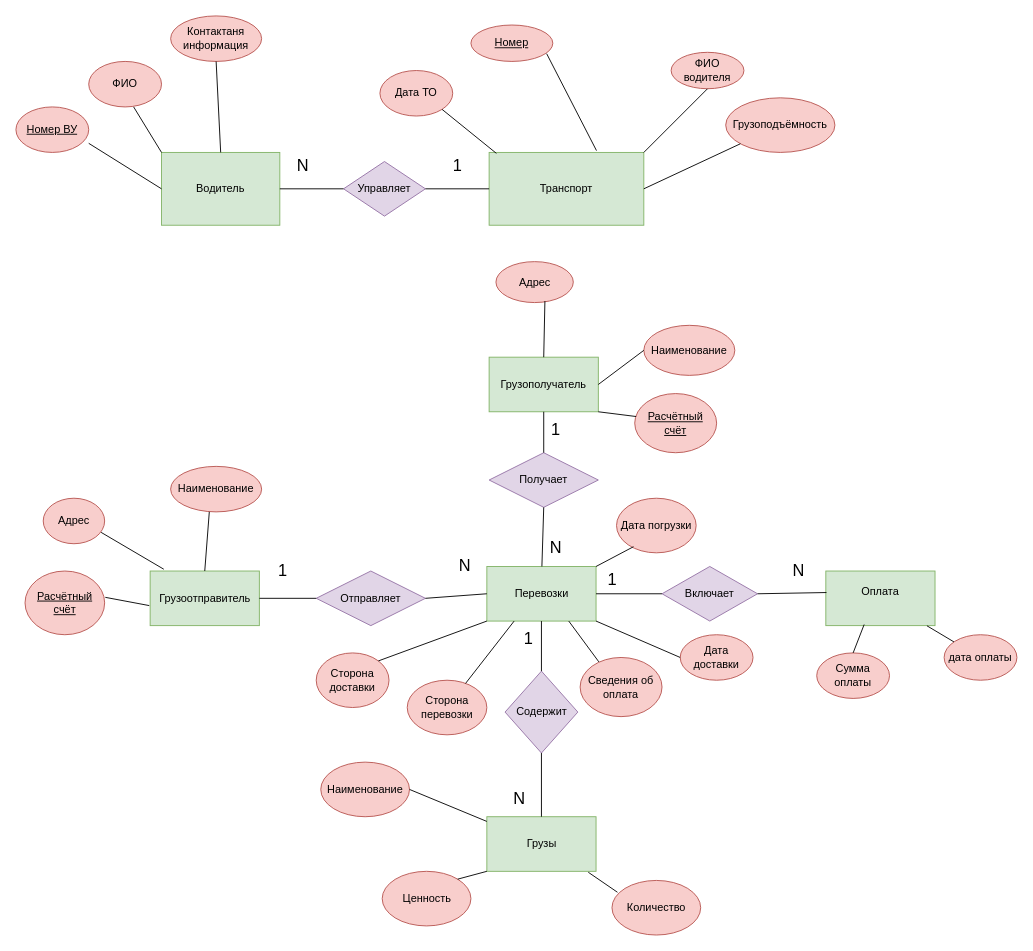
The draw.io diagram page "Большой вариант" (2 of 3) of Диаграмма Чена.drawio in alexej0000/Diagram, before the edit. Source tidied: cells renumbered, new cells numbered last; positions are measured from the earlier drawing's top-left corner, leaving out a move shared by most shapes. Both pictures are drawn from the tidied source at 91%, with x=0, y=0 at pixel (15, 15).
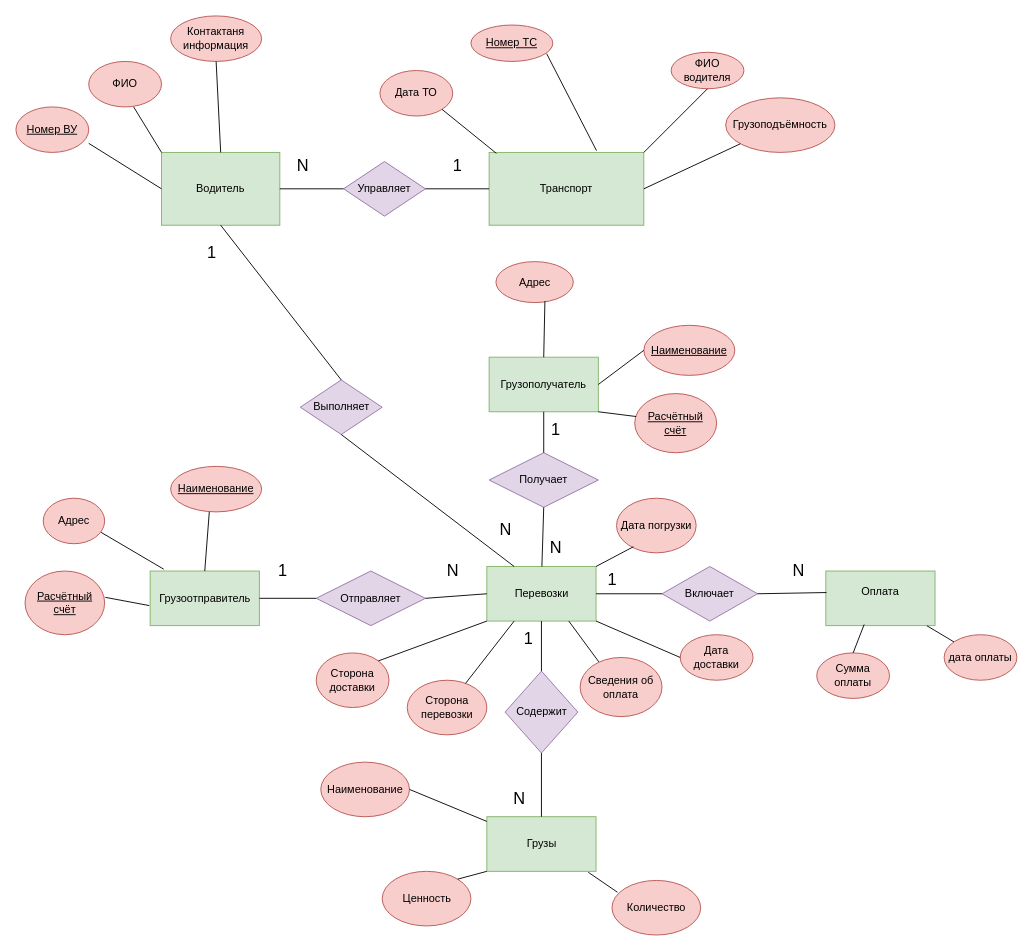
After the change.

Unchanged cells that the change refers to:
```xml
<mxCell id="5" value="Перевозки" style="rounded=0;whiteSpace=wrap;html=1;fillColor=#d5e8d4;strokeColor=#82b366;" parent="1" vertex="1">
  <mxGeometry x="517.5" y="605" width="120" height="60" as="geometry" />
</mxCell>
<mxCell id="6" value="Водитель" style="rounded=0;whiteSpace=wrap;html=1;fillColor=#d5e8d4;strokeColor=#82b366;" parent="1" vertex="1">
  <mxGeometry x="160" y="150" width="130" height="80" as="geometry" />
</mxCell>
```

The edit, as a diff of the source:
```diff
@@
-    <mxCell id="8" value="&lt;u&gt;Номер&lt;/u&gt;" style="ellipse;whiteSpace=wrap;html=1;fillColor=#f8cecc;strokeColor=#b85450;" parent="1" vertex="1">
+    <mxCell id="8" value="&lt;u&gt;Номер ТС&lt;/u&gt;" style="ellipse;whiteSpace=wrap;html=1;fillColor=#f8cecc;strokeColor=#b85450;" parent="1" vertex="1">
       <mxGeometry x="500" y="10" width="90" height="40" as="geometry" />
     </mxCell>
@@
-    <mxCell id="27" value="Наименование" style="ellipse;whiteSpace=wrap;html=1;fillColor=#f8cecc;strokeColor=#b85450;" parent="1" vertex="1">
+    <mxCell id="27" value="&lt;u&gt;Наименование&lt;/u&gt;" style="ellipse;whiteSpace=wrap;html=1;fillColor=#f8cecc;strokeColor=#b85450;" parent="1" vertex="1">
       <mxGeometry x="170" y="495" width="100" height="50" as="geometry" />
     </mxCell>
@@
-    <mxCell id="33" value="Наименование" style="ellipse;whiteSpace=wrap;html=1;fillColor=#f8cecc;strokeColor=#b85450;" parent="1" vertex="1">
+    <mxCell id="33" value="&lt;u&gt;Наименование&lt;/u&gt;" style="ellipse;whiteSpace=wrap;html=1;fillColor=#f8cecc;strokeColor=#b85450;" parent="1" vertex="1">
       <mxGeometry x="690" y="340" width="100" height="55" as="geometry" />
     </mxCell>
@@
     <mxCell id="49" value="&lt;span style=&quot;font-size: 18px;&quot;&gt;N&lt;/span&gt;" style="text;html=1;align=center;verticalAlign=middle;strokeColor=none;fillColor=none;" parent="1" vertex="1">
-      <mxGeometry x="472.5" y="585" width="40" height="40" as="geometry" />
+      <mxGeometry x="460" y="590" width="40" height="40" as="geometry" />
     </mxCell>
@@
+    <mxCell id="81" value="Выполняет" style="rhombus;whiteSpace=wrap;html=1;fillColor=#e1d5e7;strokeColor=#9673a6;" parent="1" vertex="1">
+      <mxGeometry x="312.5" y="400" width="90" height="60" as="geometry" />
+    </mxCell>
+    <mxCell id="82" style="endArrow=none;html=1;rounded=0;exitX=0.5;exitY=1;exitDx=0;exitDy=0;entryX=0.5;entryY=0;entryDx=0;entryDy=0;" parent="1" edge="1" source="6" target="81">
+      <mxGeometry relative="1" as="geometry" />
+    </mxCell>
+    <mxCell id="83" style="endArrow=none;html=1;rounded=0;exitX=0.5;exitY=1;exitDx=0;exitDy=0;entryX=0.25;entryY=0;entryDx=0;entryDy=0;" parent="1" edge="1" source="81" target="5">
+      <mxGeometry relative="1" as="geometry" />
+    </mxCell>
+    <mxCell id="84" value="&lt;font style=&quot;font-size: 18px;&quot;&gt;1&lt;/font&gt;" style="text;html=1;align=center;verticalAlign=middle;strokeColor=none;fillColor=none;" parent="1" vertex="1">
+      <mxGeometry x="200" y="240" width="30" height="40" as="geometry" />
+    </mxCell>
+    <mxCell id="85" value="&lt;span style=&quot;font-size: 18px;&quot;&gt;N&lt;/span&gt;" style="text;html=1;align=center;verticalAlign=middle;strokeColor=none;fillColor=none;" parent="1" vertex="1">
+      <mxGeometry x="517.5" y="545" width="40" height="40" as="geometry" />
+    </mxCell>
```
